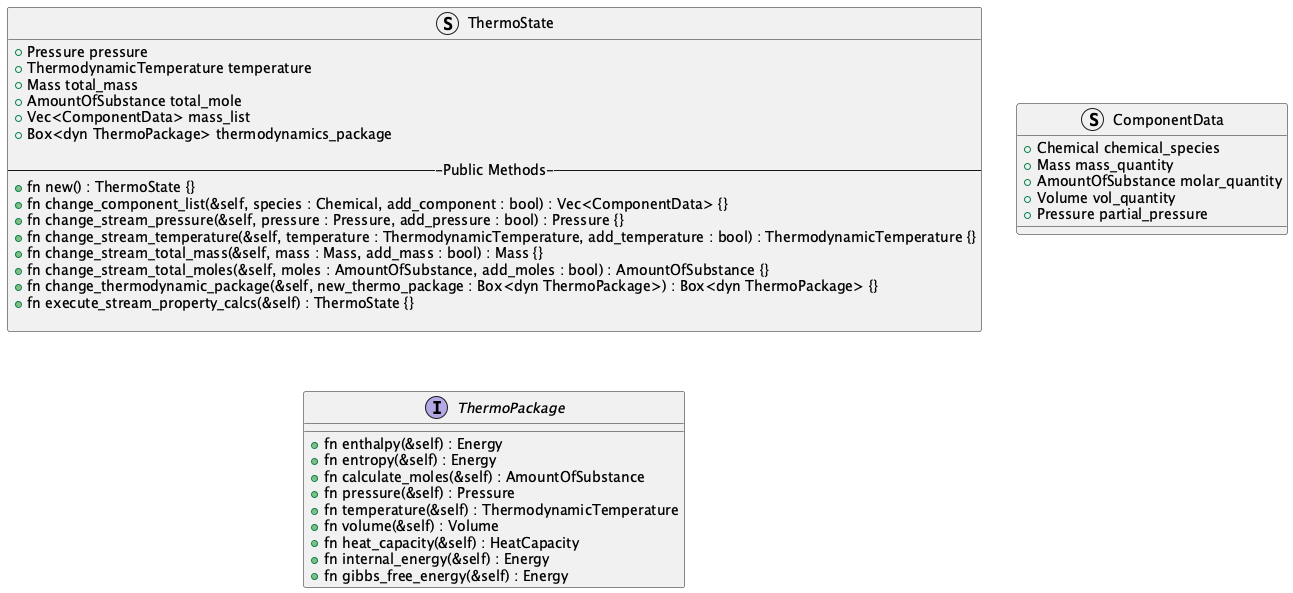
This is thermo-module/thermodynamics_module_class_diagram.png from OSCPS-Project/OSCPS-UML, a PlantUML export, as it was before one commit. The source it was exported from:
```plantuml
@startuml thermodynamics_module_class_diagram

Struct ThermoState {
  + Pressure pressure
  + ThermodynamicTemperature temperature
  + Mass total_mass
  + AmountOfSubstance total_mole
  + Vec<ComponentData> mass_list
  + Box<dyn ThermoPackage> thermodynamics_package

  ---Public Methods---
  + fn new() : ThermoState {}
  + fn change_component_list(&self, species : Chemical, add_component : bool) : Vec<ComponentData> {}
  + fn change_stream_pressure(&self, pressure : Pressure, add_pressure : bool) : Pressure {}
  + fn change_stream_temperature(&self, temperature : ThermodynamicTemperature, add_temperature : bool) : ThermodynamicTemperature {}
  + fn change_stream_total_mass(&self, mass : Mass, add_mass : bool) : Mass {}
  + fn change_stream_total_moles(&self, moles : AmountOfSubstance, add_moles : bool) : AmountOfSubstance {}
  + fn change_thermodynamic_package(&self, new_thermo_package : Box<dyn ThermoPackage>) : Box<dyn ThermoPackage> {}
  + fn execute_stream_property_calcs(&self) : ThermoState {}

}

Struct ComponentData {
  + Chemical chemical_species
  + Mass mass_quantity
  + AmountOfSubstance molar_quantity
  + Volume vol_quantity
  + Pressure partial_pressure
}

Interface ThermoPackage {
    + fn enthalpy(&self) : Energy
    + fn entropy(&self) : Energy
    + fn calculate_moles(&self) : AmountOfSubstance
    + fn pressure(&self) : Pressure
    + fn temperature(&self) : ThermodynamicTemperature
    + fn volume(&self) : Volume
    + fn heat_capacity(&self) : HeatCapacity
    + fn internal_energy(&self) : Energy
    + fn gibbs_free_energy(&self) : Energy
}



@enduml
```
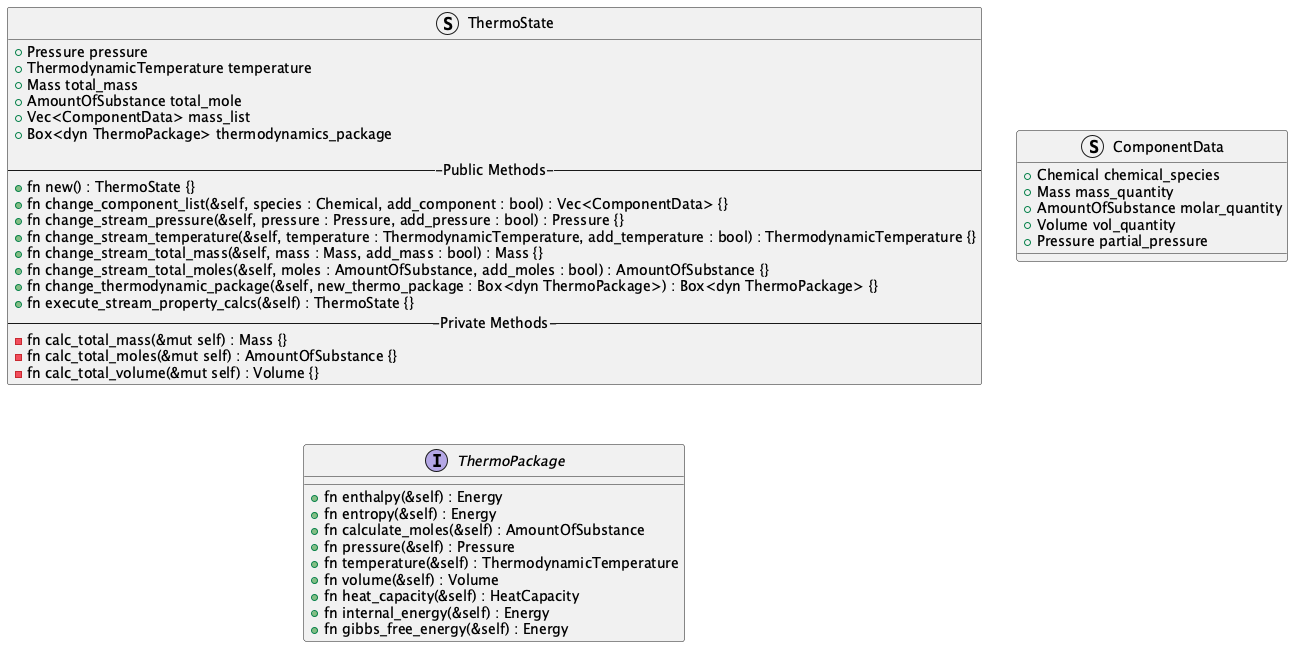
The same diagram one commit later.

Commit message:
minor update to the thermo class structure

What changed in the source:
```diff
@@ -17,7 +17,10 @@
   + fn change_stream_total_moles(&self, moles : AmountOfSubstance, add_moles : bool) : AmountOfSubstance {}
   + fn change_thermodynamic_package(&self, new_thermo_package : Box<dyn ThermoPackage>) : Box<dyn ThermoPackage> {}
   + fn execute_stream_property_calcs(&self) : ThermoState {}
-
+  ---Private Methods---
+  - fn calc_total_mass(&mut self) : Mass {}
+  - fn calc_total_moles(&mut self) : AmountOfSubstance {}
+  - fn calc_total_volume(&mut self) : Volume {}
 }
 
 Struct ComponentData {
```
